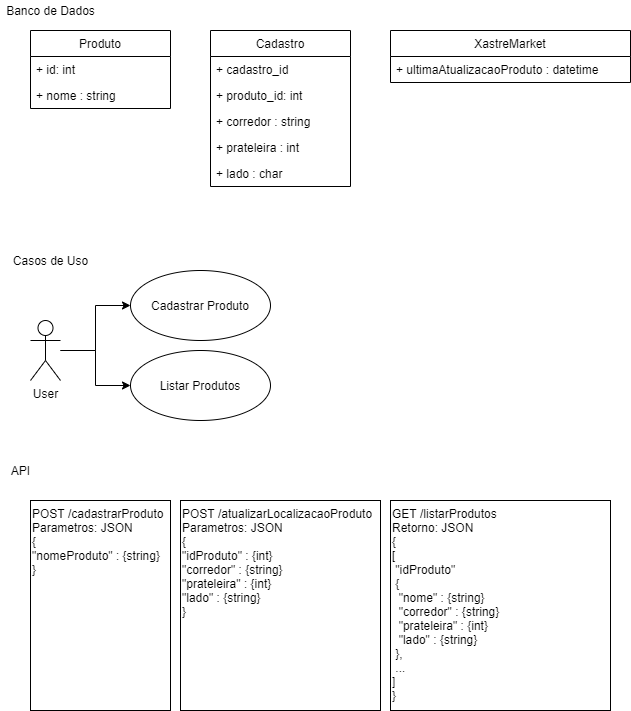
Above: doc/XastreMarket.png in victorcesaroni/XastreMarket (draw.io), before the change. Source tidied: cells renumbered, new cells last; positions are measured from the earlier drawing's top-left corner, leaving out a move shared by most shapes.
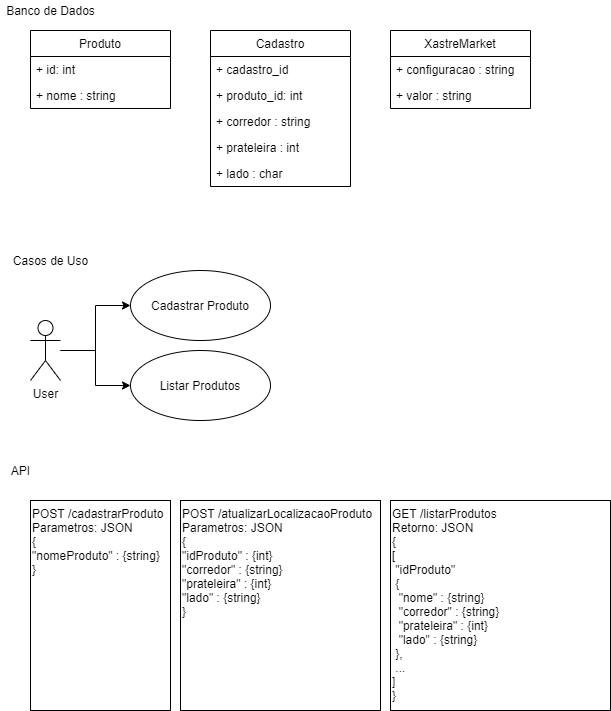
The same file after the commit.

Commit message:
Atualização da documentação

What changed in the source:
```diff
@@ -63,10 +63,13 @@
       <mxGeometry x="390" y="500" width="220" height="210" as="geometry" />
     </mxCell>
     <mxCell id="22" value="XastreMarket" style="swimlane;fontStyle=0;horizontal=1;startSize=26;fillColor=none;" parent="1" vertex="1">
-      <mxGeometry x="390" y="30" width="240" height="52" as="geometry" />
+      <mxGeometry x="390" y="30" width="140" height="78" as="geometry" />
     </mxCell>
-    <mxCell id="23" value="+ ultimaAtualizacaoProduto : datetime" style="text;strokeColor=none;fillColor=none;align=left;verticalAlign=top;spacingLeft=4;spacingRight=4;overflow=hidden;" parent="22" vertex="1">
-      <mxGeometry y="26" width="240" height="26" as="geometry" />
-    </mxCell>
+    <mxCell id="24" value="+ configuracao : string" style="text;strokeColor=none;fillColor=none;align=left;verticalAlign=top;spacingLeft=4;spacingRight=4;overflow=hidden;" parent="22" vertex="1">
+      <mxGeometry y="26" width="140" height="26" as="geometry" />
+    </mxCell>
+    <mxCell id="25" value="+ valor : string" style="text;strokeColor=none;fillColor=none;align=left;verticalAlign=top;spacingLeft=4;spacingRight=4;overflow=hidden;" parent="22" vertex="1">
+      <mxGeometry y="52" width="140" height="26" as="geometry" />
+    </mxCell>
   </root>
 </mxGraphModel>
```
